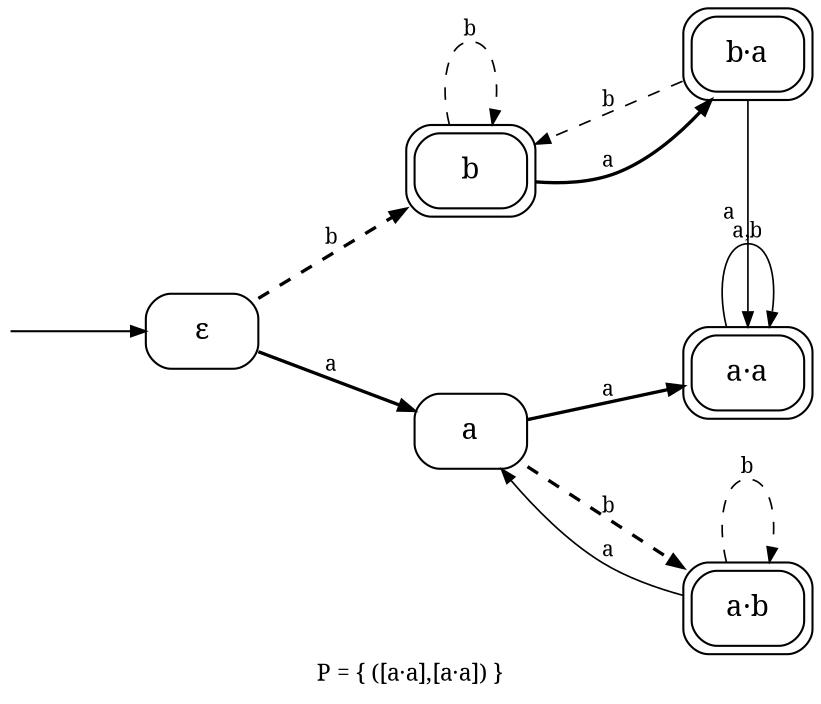
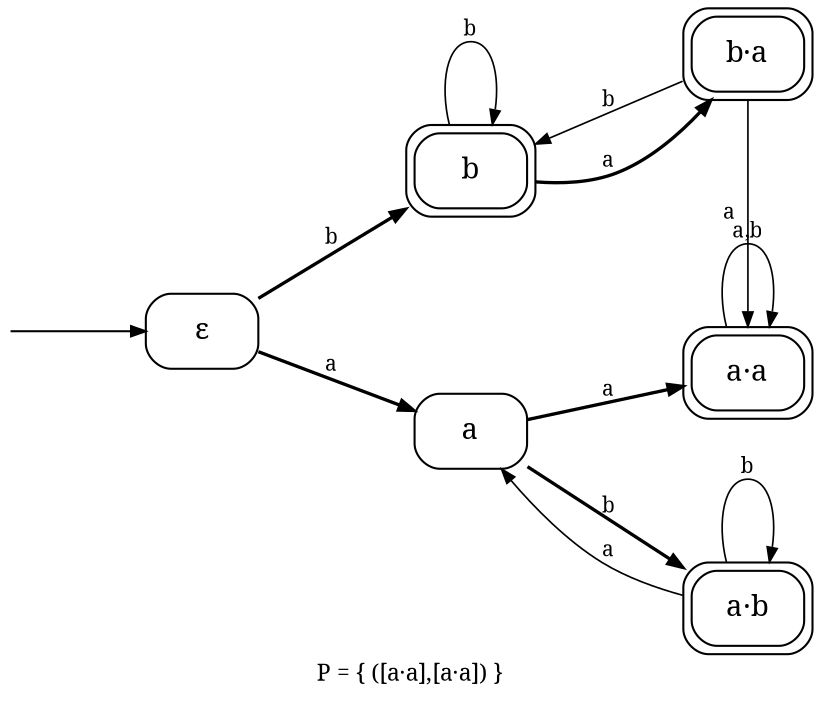
// sos2cayley gf_aa.sos --rename a=a,!a=b
digraph core_F1_gf_aa {
  rankdir=LR;
  ranksep=0.87; nodesep=0.55;
  node [shape=box, style=rounded, fontname="serif", margin="0.06,0.03"];
  edge [fontname="serif", fontsize=10, arrowsize=0.7];
  label="P = { ([a·a],[a·a]) }"; labelloc="b"; labeljust="c";
  fontname="serif"; fontsize=11;

  eps [label="ε"];
  a [label="a"];
  b [label="b", peripheries=2];
  aa [label="a·a", peripheries=2];
  ab [label="a·b", peripheries=2];
  ba [label="b·a", peripheries=2];
  _init [shape=none, label="", width=0.02, height=0.02];
  _init -> eps;

  { rank=same; eps; }
  { rank=same; a b; }
  { rank=same; aa ab ba; }

-   eps -> a [label="a", style=solid, penwidth=1.6];
-   eps -> b [label="b", style=dashed, penwidth=1.6];
-   a -> aa [label="a", style=solid, penwidth=1.6];
-   a -> ab [label="b", style=dashed, penwidth=1.6];
-   b -> ba [label="a", style=solid, penwidth=1.6];
-   b -> b [label="b", style=dashed, penwidth=0.8];
-   aa -> aa [label="a,b", style=solid, penwidth=0.8];
-   ab -> a [label="a", style=solid, penwidth=0.8];
-   ab -> ab [label="b", style=dashed, penwidth=0.8];
-   ba -> aa [label="a", style=solid, penwidth=0.8];
-   ba -> b [label="b", style=dashed, penwidth=0.8];
+   eps -> a [label="a", penwidth=1.6];
+   eps -> b [label="b", penwidth=1.6];
+   a -> aa [label="a", penwidth=1.6];
+   a -> ab [label="b", penwidth=1.6];
+   b -> ba [label="a", penwidth=1.6];
+   b -> b [label="b", penwidth=0.8];
+   aa -> aa [label="a,b", penwidth=0.8];
+   ab -> a [label="a", penwidth=0.8];
+   ab -> ab [label="b", penwidth=0.8];
+   ba -> aa [label="a", penwidth=0.8];
+   ba -> b [label="b", penwidth=0.8];
}
